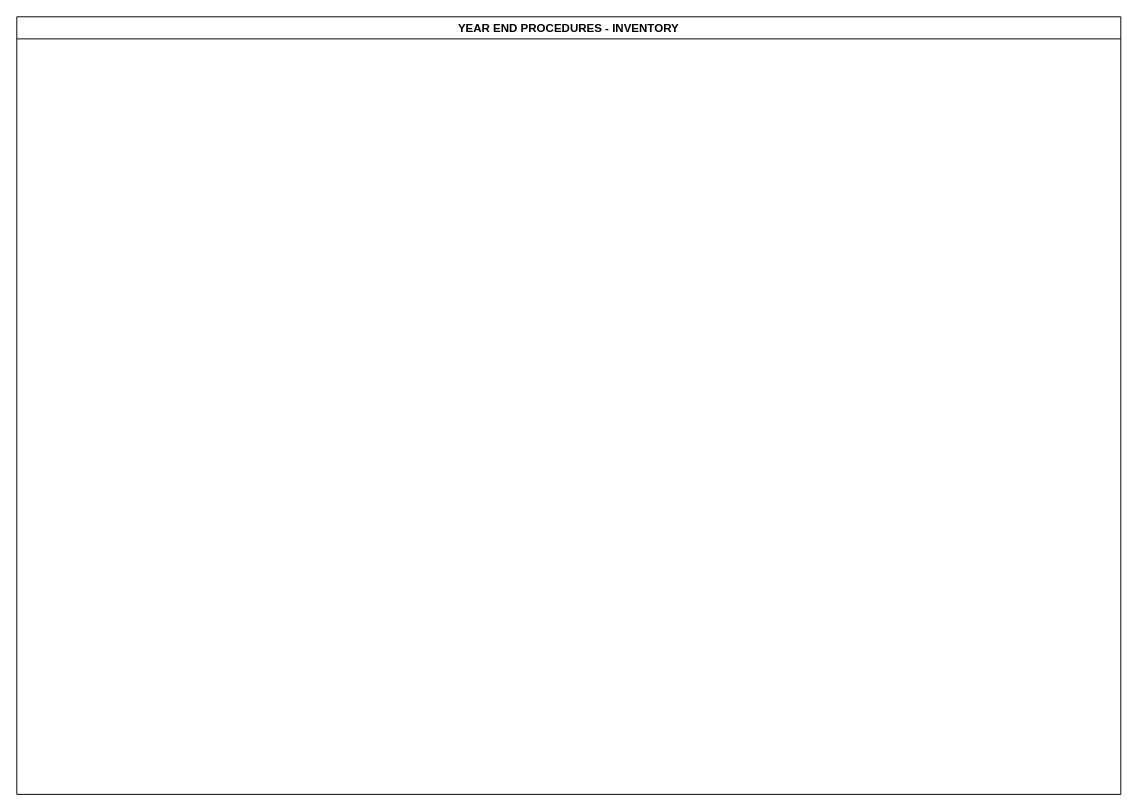
Above: KEFRI-FIN-YEAR_END-INVENTORY.drawio in kmagua/flowcharts (draw.io), before the change. Source tidied: cells renumbered, new cells numbered last; positions are measured from the earlier drawing's top-left corner, leaving out a move shared by most shapes. Both pictures are drawn from the tidied source at 96%, with x=0, y=0 at pixel (16, 16).
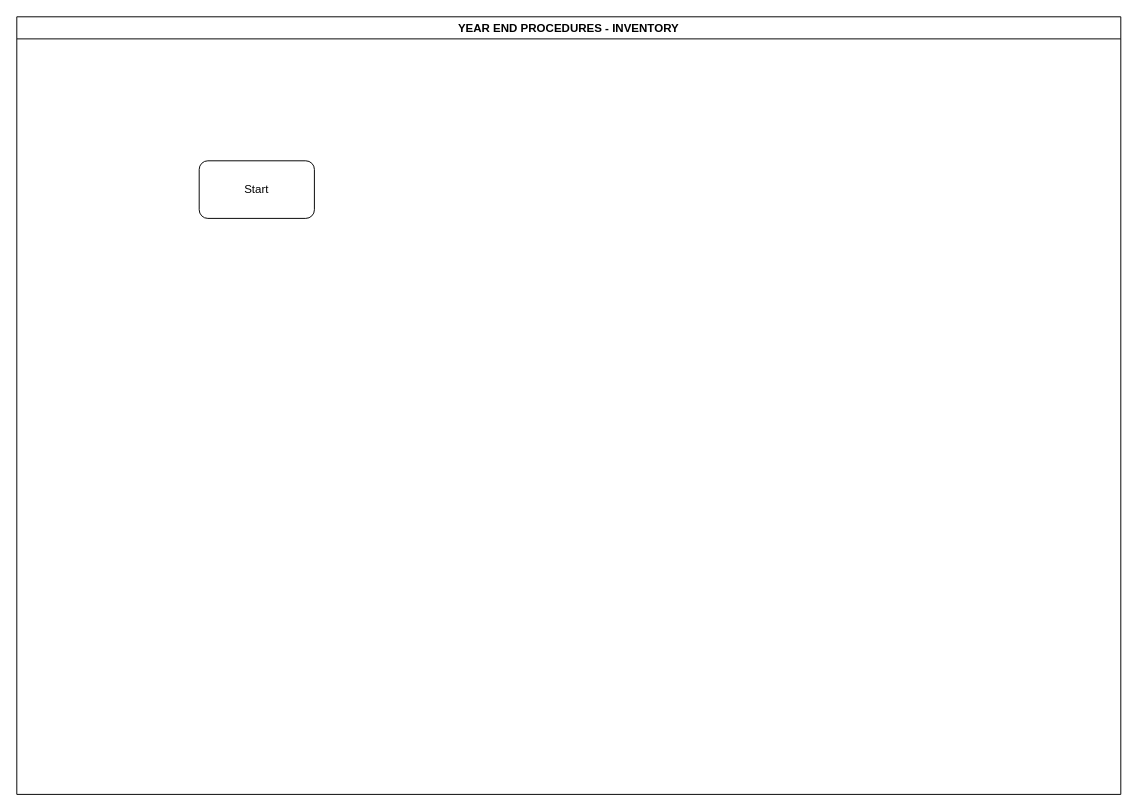
The same page after the edit.

Change to the diagram source:
```diff
@@
 <mxGraphModel>
   <root>
     <mxCell id="0" />
     <mxCell id="1" parent="0" />
     <mxCell id="2" value="&#10;YEAR END PROCEDURES - INVENTORY&#10;" style="swimlane;" parent="1" vertex="1" collapsed="1">
       <mxGeometry width="1150" height="810" as="geometry" />
     </mxCell>
+    <mxCell id="3" value="Start" style="rounded=1;whiteSpace=wrap;html=1;" parent="1" vertex="1">
+      <mxGeometry x="190" y="150" width="120" height="60" as="geometry" />
+    </mxCell>
   </root>
 </mxGraphModel>
```
